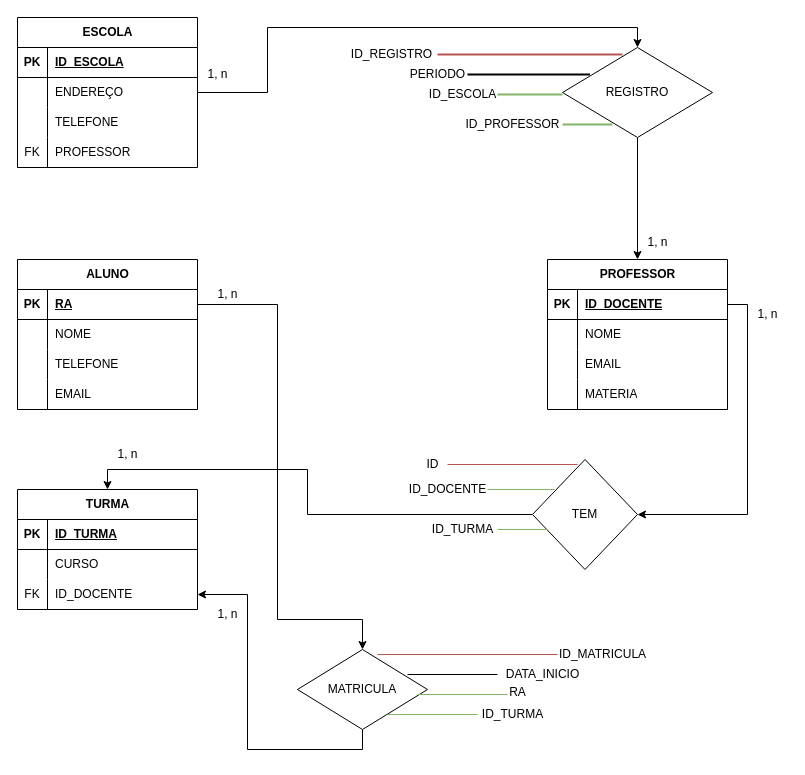
FirmoDev/projeto keeps this draw.io diagram as BD de uma escola.drawio. Above is the earlier version. Source tidied: cells renumbered, new cells numbered last; positions are measured from the earlier drawing's top-left corner, leaving out a move shared by most shapes. Both pictures are drawn from the tidied source at 100%, with x=0, y=0 at pixel (17, 17).
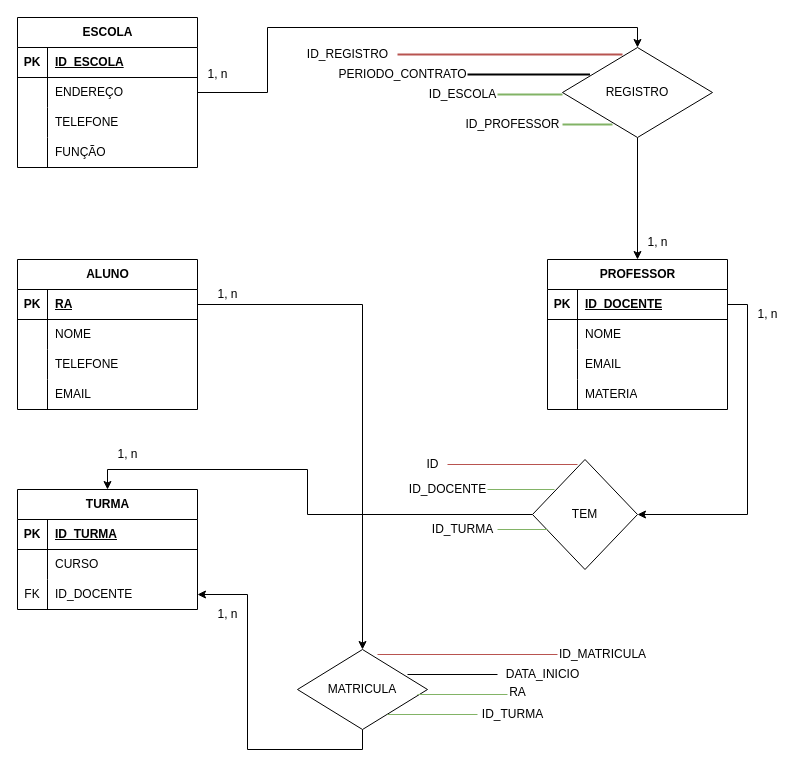
The same page after the edit.

Commit message:
RENOMEANDO ATRIBUTO PERIODO DA ENTIDADE ASSOCIATIVA (REGISTRO)

The change refers to these unchanged cells:
```xml
<mxCell id="3" style="shape=tableRow;horizontal=0;startSize=0;swimlaneHead=0;swimlaneBody=0;fillColor=none;points=[[0,0.5],[1,0.5]];portConstraint=eastwest;top=0;left=0;right=0;bottom=1;" parent="2" vertex="1">
  <mxGeometry y="30" width="180" height="30" as="geometry" />
</mxCell>
<mxCell id="25" style="shape=tableRow;horizontal=0;startSize=0;swimlaneHead=0;swimlaneBody=0;fillColor=none;top=0;left=0;right=0;bottom=0;" parent="15" vertex="1">
  <mxGeometry y="120" width="180" height="30" as="geometry" />
</mxCell>
<mxCell id="42" value="MATRICULA" style="shape=rhombus;html=1;dashed=0;whiteSpace=wrap;perimeter=rhombusPerimeter;" parent="1" vertex="1">
  <mxGeometry x="280" y="632" width="130" height="80" as="geometry" />
</mxCell>
```

Diff of the diagram source:
```diff
@@
-    <mxCell id="26" value="FK" style="shape=partialRectangle;fillColor=none;top=0;left=0;bottom=0;right=0;overflow=hidden;whiteSpace=wrap;html=1;" parent="25" vertex="1">
+    <mxCell id="26" style="shape=partialRectangle;fillColor=none;top=0;left=0;bottom=0;right=0;overflow=hidden;whiteSpace=wrap;html=1;" parent="25" vertex="1">
       <mxGeometry width="30" height="30" as="geometry" />
     </mxCell>
-    <mxCell id="27" value="PROFESSOR" style="shape=partialRectangle;fillColor=none;top=0;left=0;bottom=0;right=0;align=left;spacingLeft=6;overflow=hidden;whiteSpace=wrap;html=1;" parent="25" vertex="1">
+    <mxCell id="27" value="FUNÇÃO" style="shape=partialRectangle;fillColor=none;top=0;left=0;bottom=0;right=0;align=left;spacingLeft=6;overflow=hidden;whiteSpace=wrap;html=1;" parent="25" vertex="1">
       <mxGeometry x="30" width="150" height="30" as="geometry" />
     </mxCell>
@@
     <mxCell id="53" style="edgeStyle=orthogonalEdgeStyle;rounded=0;jettySize=auto;html=1;exitX=1;exitY=0.5;exitDx=0;exitDy=0;entryX=0.5;entryY=0;entryDx=0;entryDy=0;" parent="1" edge="1" source="3" target="42">
       <mxGeometry relative="1" as="geometry">
         <Array as="points">
-          <mxPoint x="260" y="287" />
-          <mxPoint x="260" y="602" />
-          <mxPoint x="345" y="602" />
+          <mxPoint x="345" y="287" />
         </Array>
       </mxGeometry>
     </mxCell>
@@
     <mxCell id="73" style="line;strokeWidth=2;html=1;fillColor=#f8cecc;strokeColor=#b85450;" parent="1" vertex="1">
-      <mxGeometry x="420" y="32" width="185" height="10" as="geometry" />
+      <mxGeometry x="380" y="32" width="225" height="10" as="geometry" />
     </mxCell>
@@
     <mxCell id="77" value="ID_REGISTRO" style="text;html=1;align=center;verticalAlign=middle;strokeColor=none;fillColor=none;" parent="1" vertex="1">
-      <mxGeometry x="324" y="22" width="100" height="30" as="geometry" />
+      <mxGeometry x="280" y="22" width="100" height="30" as="geometry" />
     </mxCell>
@@
-    <mxCell id="80" value="PERIODO" style="text;html=1;align=center;verticalAlign=middle;strokeColor=none;fillColor=none;" parent="1" vertex="1">
-      <mxGeometry x="380" y="42" width="80" height="30" as="geometry" />
+    <mxCell id="80" value="PERIODO_CONTRATO" style="text;html=1;align=center;verticalAlign=middle;strokeColor=none;fillColor=none;" parent="1" vertex="1">
+      <mxGeometry x="310" y="42" width="150" height="30" as="geometry" />
     </mxCell>
```
